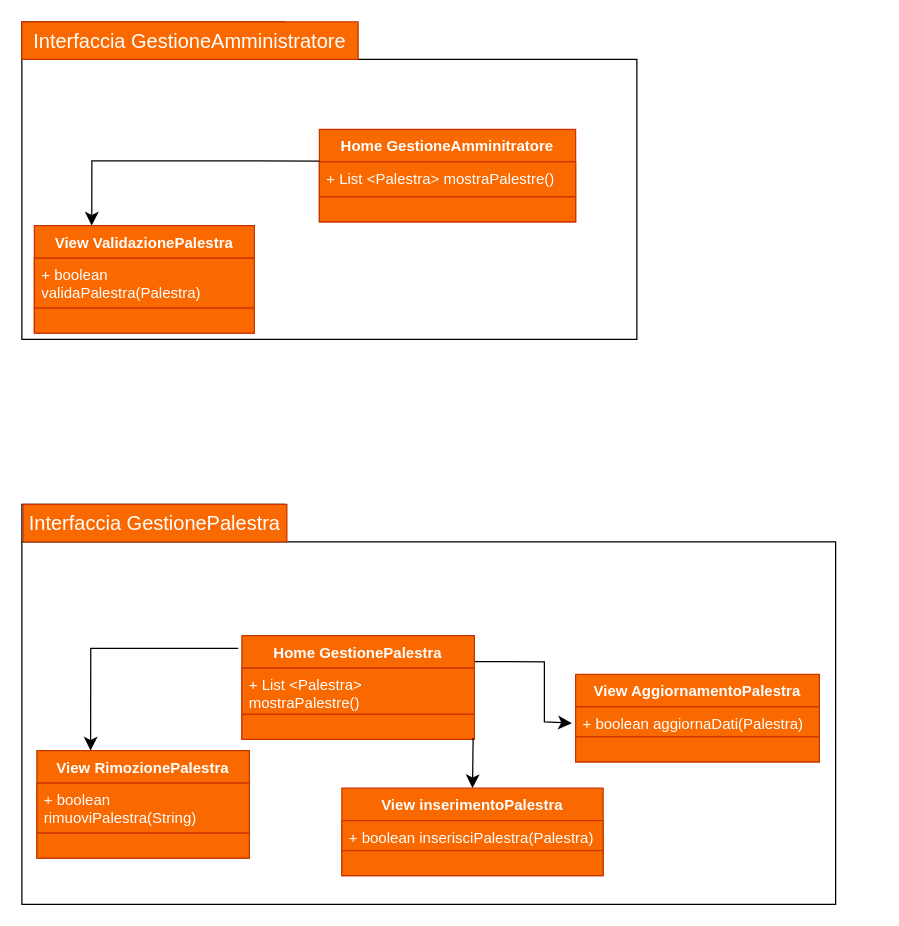
The draw.io diagram Diagrammi_Package/Classi/DPackageGestAmm.drawio in JosephBoom02/Progetto_Ingegneria_del_Software, before the edit. Source tidied: cells renumbered, new cells numbered last; positions are measured from the earlier drawing's top-left corner, leaving out a move shared by most shapes. Both pictures are drawn from the tidied source at 125%, with x=0, y=0 at pixel (21, 21).
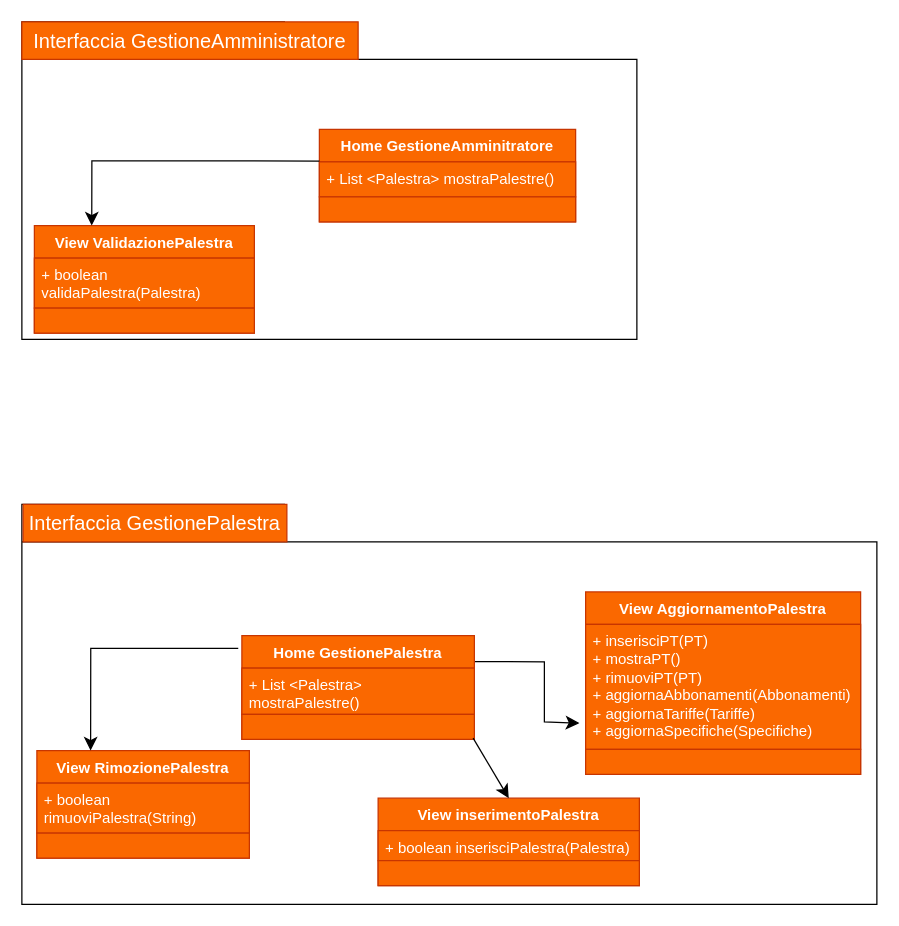
Above is the later version.

The change refers to these unchanged cells:
```xml
<mxCell id="26" value="&lt;font color=&quot;#ffffff&quot;&gt;Home GestionePalestra&lt;/font&gt;" style="swimlane;fontStyle=1;align=center;verticalAlign=top;horizontal=1;startSize=26;whiteSpace=wrap;html=1;fillColor=#fa6800;fontColor=#000000;strokeColor=#C73500;" parent="1" vertex="1">
  <mxGeometry x="176" y="491" width="186" height="83" as="geometry" />
</mxCell>
```

The edit, as a diff of the source:
```diff
@@
     <mxCell id="14" style="shape=folder;fontStyle=1;spacingTop=10;tabWidth=210;tabHeight=30;tabPosition=left;html=1;whiteSpace=wrap;" parent="1" vertex="1">
-      <mxGeometry y="386" width="651" height="320" as="geometry" />
+      <mxGeometry y="386" width="684" height="320" as="geometry" />
     </mxCell>
@@
     <mxCell id="21" value="&lt;font color=&quot;#ffffff&quot;&gt;View inserimentoPalestra&lt;br&gt;&lt;/font&gt;" style="swimlane;fontStyle=1;align=center;verticalAlign=top;horizontal=1;startSize=26;whiteSpace=wrap;html=1;fillColor=#fa6800;fontColor=#000000;strokeColor=#C73500;" parent="1" vertex="1">
-      <mxGeometry x="256" y="613" width="209" height="70" as="geometry" />
+      <mxGeometry x="285" y="621" width="209" height="70" as="geometry" />
     </mxCell>
@@
     <mxCell id="25" style="edgeStyle=none;curved=0;rounded=0;jettySize=auto;html=1;exitX=1;exitY=0.25;exitDx=0;exitDy=0;fontSize=12;startSize=8;endSize=8;" parent="1" edge="1" source="26">
       <mxGeometry relative="1" as="geometry">
-        <mxPoint x="440" y="561" as="targetPoint" />
+        <mxPoint x="446" y="561" as="targetPoint" />
         <Array as="points">
           <mxPoint x="418" y="512" />
           <mxPoint x="418" y="560" />
         </Array>
       </mxGeometry>
     </mxCell>
@@
     <mxCell id="32" value="&lt;font color=&quot;#ffffff&quot;&gt;View AggiornamentoPalestra&lt;br&gt;&lt;/font&gt;" style="swimlane;fontStyle=1;align=center;verticalAlign=top;horizontal=1;startSize=26;whiteSpace=wrap;html=1;fillColor=#fa6800;fontColor=#000000;strokeColor=#C73500;" parent="1" vertex="1">
-      <mxGeometry x="443" y="522" width="195" height="70" as="geometry" />
+      <mxGeometry x="451" y="456" width="220" height="146" as="geometry" />
     </mxCell>
-    <mxCell id="33" value="&lt;font color=&quot;#ffffff&quot;&gt;+ boolean aggiornaDati(Palestra)&lt;/font&gt;" style="text;strokeColor=#C73500;fillColor=#fa6800;align=left;verticalAlign=top;spacingLeft=4;spacingRight=4;overflow=hidden;whiteSpace=wrap;html=1;fontColor=#000000;" parent="32" vertex="1">
-      <mxGeometry y="26" width="195" height="24" as="geometry" />
+    <mxCell id="33" value="&lt;div style=&quot;color: rgb(255, 255, 255);&quot;&gt;&lt;span style=&quot;background-color: initial;&quot;&gt;+ inserisciPT(PT)&lt;/span&gt;&lt;br&gt;&lt;/div&gt;&lt;div style=&quot;color: rgb(255, 255, 255);&quot;&gt;+ mostraPT()&lt;/div&gt;&lt;div style=&quot;color: rgb(255, 255, 255);&quot;&gt;+ rimuoviPT(PT)&lt;/div&gt;&lt;div style=&quot;color: rgb(255, 255, 255);&quot;&gt;+ aggiornaAbbonamenti(Abbonamenti)&amp;nbsp;&lt;/div&gt;&lt;div style=&quot;color: rgb(255, 255, 255);&quot;&gt;+ aggiornaTariffe(Tariffe)&lt;/div&gt;&lt;div style=&quot;color: rgb(255, 255, 255);&quot;&gt;+ aggiornaSpecifiche(Specifiche)&lt;/div&gt;" style="text;strokeColor=#C73500;fillColor=#fa6800;align=left;verticalAlign=top;spacingLeft=4;spacingRight=4;overflow=hidden;whiteSpace=wrap;html=1;fontColor=#000000;" parent="32" vertex="1">
+      <mxGeometry y="26" width="220" height="100" as="geometry" />
     </mxCell>
     <mxCell id="34" style="line;strokeWidth=1;fillColor=#fa6800;align=left;verticalAlign=middle;spacingTop=-1;spacingLeft=3;spacingRight=3;labelPosition=right;strokeColor=#FF8000;fontColor=#000000;" parent="32" vertex="1">
-      <mxGeometry y="50" width="195" as="geometry" />
+      <mxGeometry y="126" width="220" as="geometry" />
     </mxCell>
     <mxCell id="35" value="&lt;div&gt;&lt;br&gt;&lt;/div&gt;&lt;div&gt;&lt;br&gt;&lt;/div&gt;" style="text;strokeColor=#C73500;fillColor=#fa6800;align=left;verticalAlign=top;spacingLeft=4;spacingRight=4;overflow=hidden;whiteSpace=wrap;html=1;fontColor=#000000;" parent="32" vertex="1">
-      <mxGeometry y="50" width="195" height="20" as="geometry" />
+      <mxGeometry y="126" width="220" height="20" as="geometry" />
     </mxCell>
```
